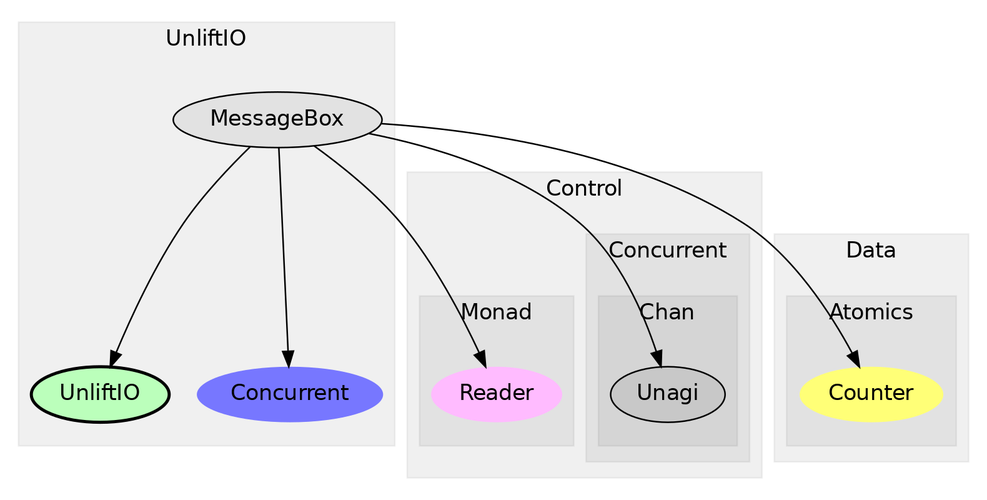
This is generated-reports/module-graph/module-graph.png from sheyll/unliftio-messagebox, a Graphviz export, as it was before one commit. Its source is kept beside it as generated-reports/module-graph/module-graph.dot.
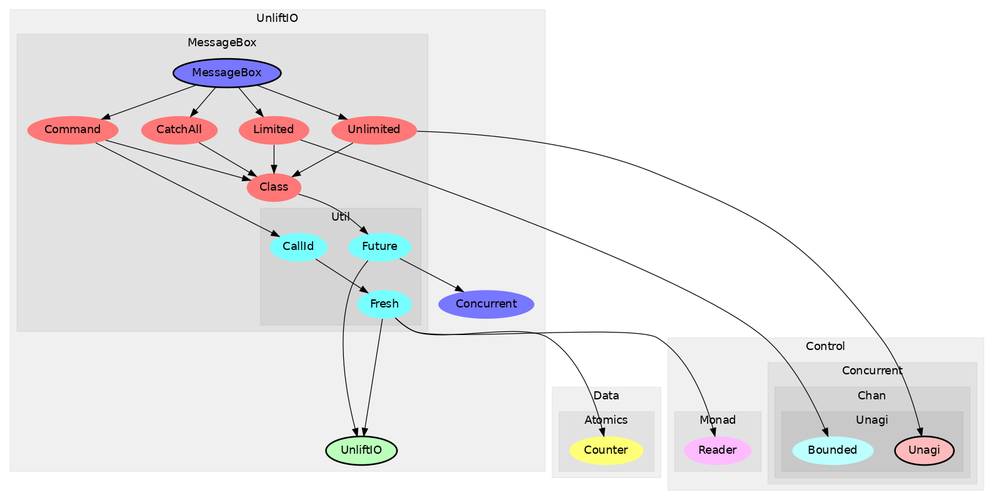
The same diagram one commit later.

Commit message:
Improve module graph

The edit, as a diff of the source:
```diff
@@ -13,11 +13,12 @@
 label="Chan";
 color="#0000000F";
 style="filled";
-u14[label="Unagi",style="filled",fillcolor="#0000000F"];
 subgraph cluster_3 {
 label="Unagi";
 color="#0000000F";
 style="filled";
+u14[label="Unagi",style="filled,bold",fillcolor="#ffbbbb"];
+u12[label="Bounded",style="filled",fillcolor="#bbffff",penwidth="0"];
 
 }
 
@@ -52,25 +53,46 @@
 style="filled";
 u3[label="UnliftIO",style="filled,bold",fillcolor="#bbffbb"];
 u4[label="Concurrent",style="filled",fillcolor="#7777ff",penwidth="0"];
-u0[label="MessageBox",style="filled",fillcolor="#0000000F"];
 subgraph cluster_8 {
 label="MessageBox";
 color="#0000000F";
 style="filled";
+u0[label="MessageBox",style="filled,bold",fillcolor="#7777ff"];
+u1[label="CatchAll",style="filled",fillcolor="#ff7777",penwidth="0"];
+u5[label="Class",style="filled",fillcolor="#ff7777",penwidth="0"];
+u6[label="Command",style="filled",fillcolor="#ff7777",penwidth="0"];
+u11[label="Limited",style="filled",fillcolor="#ff7777",penwidth="0"];
+u13[label="Unlimited",style="filled",fillcolor="#ff7777",penwidth="0"];
 subgraph cluster_9 {
 label="Util";
 color="#0000000F";
 style="filled";
+u2[label="Future",style="filled",fillcolor="#77ffff",penwidth="0"];
+u8[label="CallId",style="filled",fillcolor="#77ffff",penwidth="0"];
+u9[label="Fresh",style="filled",fillcolor="#77ffff",penwidth="0"];
 
 }
 
 }
 
 }
-u0 -> u3;
-u0 -> u4;
-u0 -> u7;
-u0 -> u10;
-u0 -> u14;
+u0 -> u1;
+u0 -> u6;
+u0 -> u11;
+u0 -> u13;
+u1 -> u5;
+u2 -> u3;
+u2 -> u4;
+u5 -> u2;
+u6 -> u5;
+u6 -> u8;
+u8 -> u9;
+u9 -> u3;
+u9 -> u7;
+u9 -> u10;
+u11 -> u5;
+u11 -> u12;
+u13 -> u5;
+u13 -> u14;
 
 }
```
